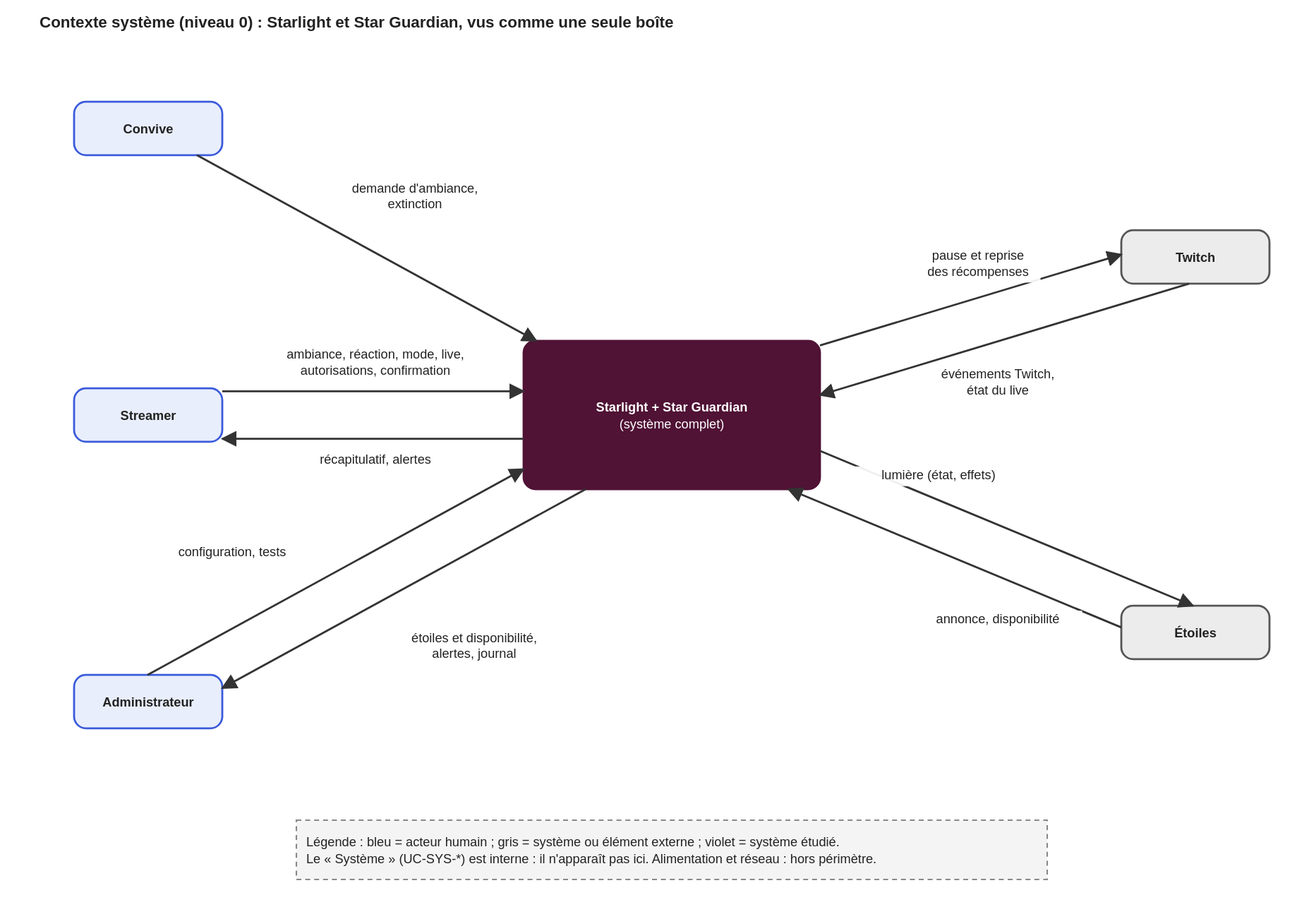
Above: docs/02-specifications/contexte-systeme.drawio.svg in Has-san/Starlight (draw.io), before the change. Source tidied: cells renumbered, new cells last; positions are measured from the earlier drawing's top-left corner, leaving out a move shared by most shapes.
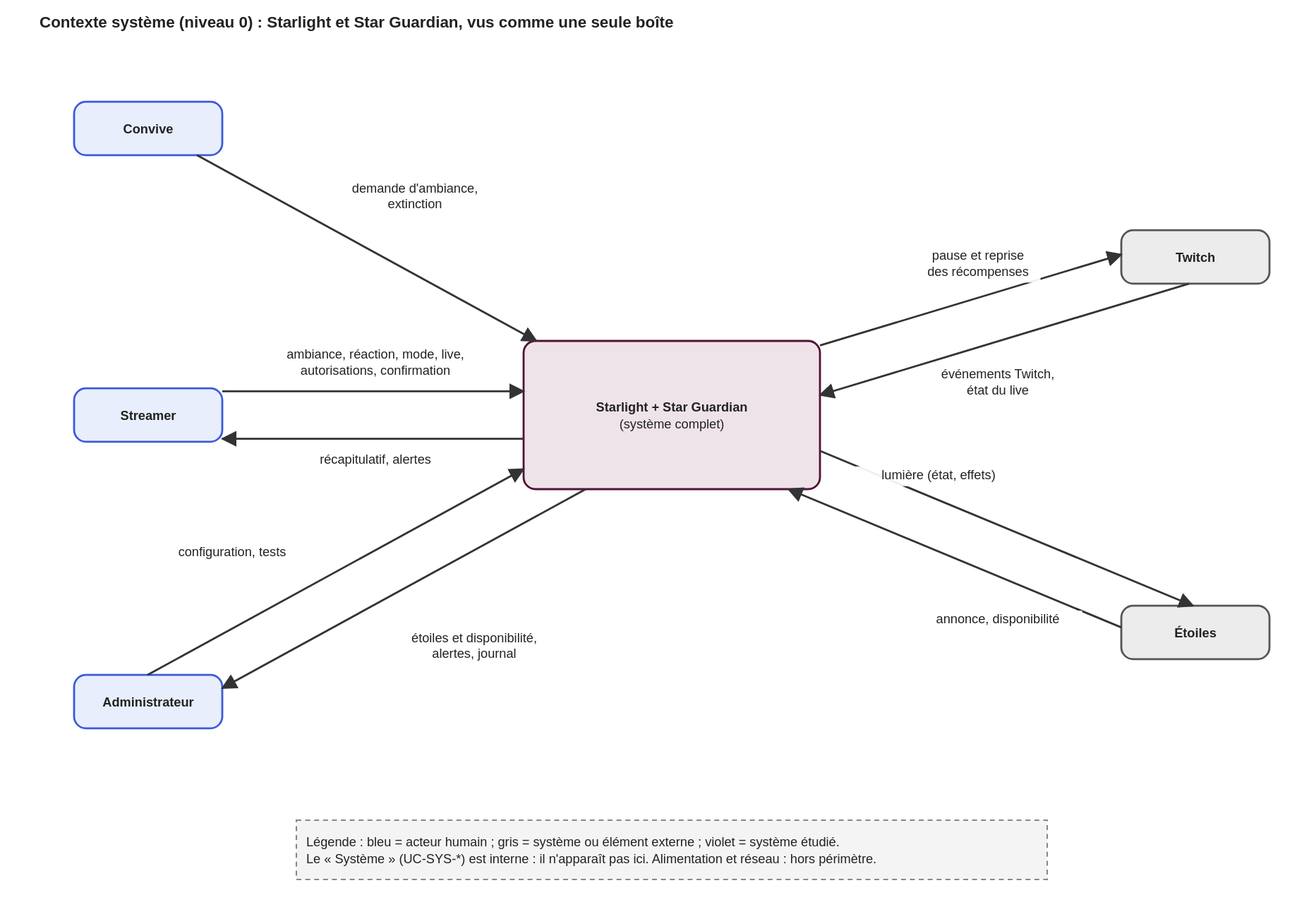
The same diagram one commit later.

Commit message:
docs: contour violet et fond clair pour le système étudié

Claude-Session: https://claude.ai/code/session_019Qt1ZNcs26i7ZgavyR8azT

Change to the diagram source:
```diff
@@ -17,7 +17,7 @@
     <mxCell id="6" value="Étoiles" style="rounded=1;whiteSpace=wrap;html=1;fillColor=#ececec;strokeColor=#555555;strokeWidth=2;fontSize=13;" parent="1" vertex="1">
       <mxGeometry x="1060" y="510" width="150" height="54" as="geometry" />
     </mxCell>
-    <mxCell id="7" value="Starlight + Star Guardian&lt;br&gt;(système complet)" style="rounded=1;whiteSpace=wrap;html=1;fillColor=#501235;strokeColor=#501235;strokeWidth=2;fontSize=13;fontColor=#ffffff;" parent="1" vertex="1">
+    <mxCell id="7" value="Starlight + Star Guardian&lt;br&gt;(système complet)" style="rounded=1;whiteSpace=wrap;html=1;fillColor=#efe3ea;strokeColor=#501235;strokeWidth=2;fontSize=13;" parent="1" vertex="1">
       <mxGeometry x="455" y="242" width="300" height="150" as="geometry" />
     </mxCell>
     <mxCell id="8" value="Légende : bleu = acteur humain ; gris = système ou élément externe ; violet = système étudié.&lt;br&gt;Le « Système » (UC-SYS-*) est interne : il n'apparaît pas ici. Alimentation et réseau : hors périmètre." style="rounded=0;dashed=1;align=left;spacingLeft=8;whiteSpace=wrap;html=1;fillColor=#f4f4f4;strokeColor=#888888;strokeWidth=2;fontSize=13;" parent="1" vertex="1">
```
